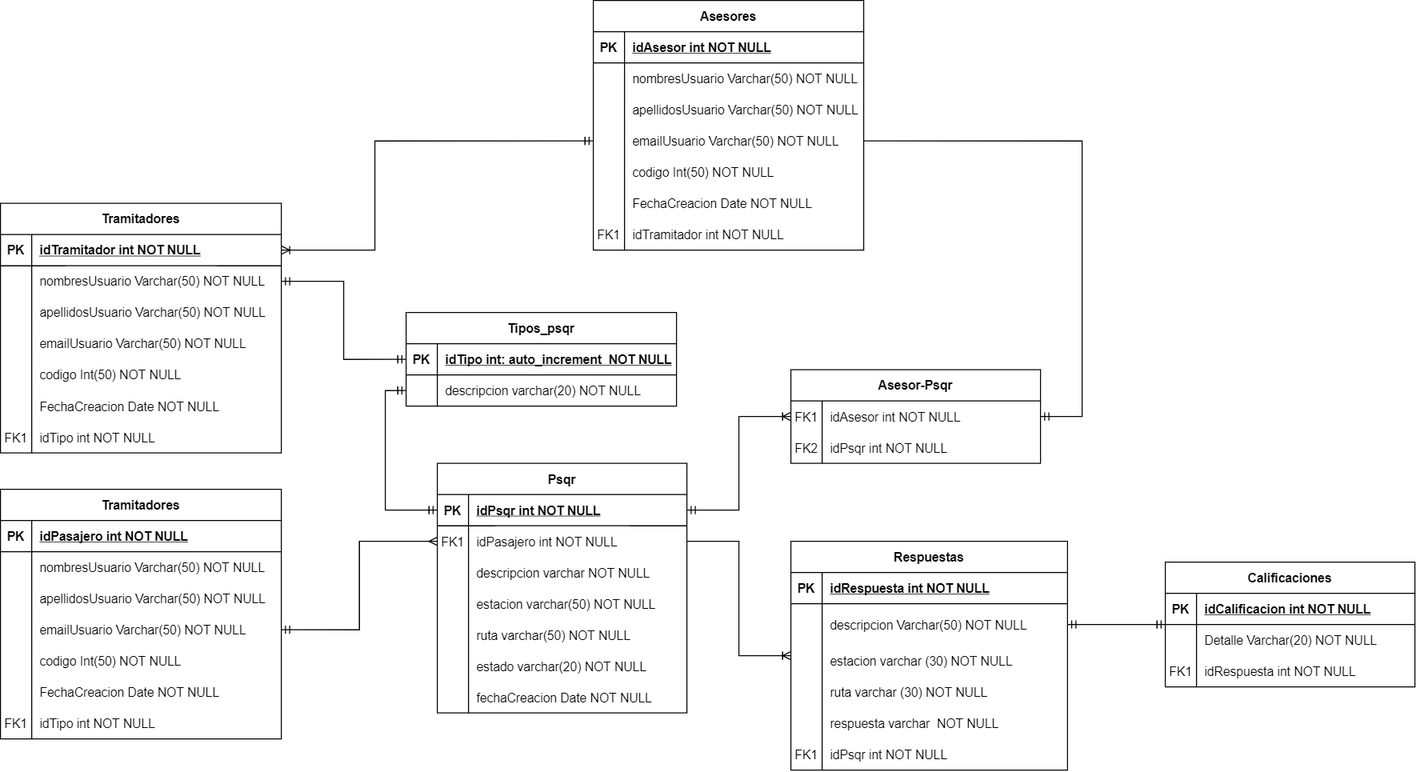
Earlier version of the draw.io export Entidad-Relacion-modelo entidad-relacion.png (AlejandraRochaR/imagenes). Source tidied: cells renumbered, new cells last; positions are measured from the earlier drawing's top-left corner, leaving out a move shared by most shapes.
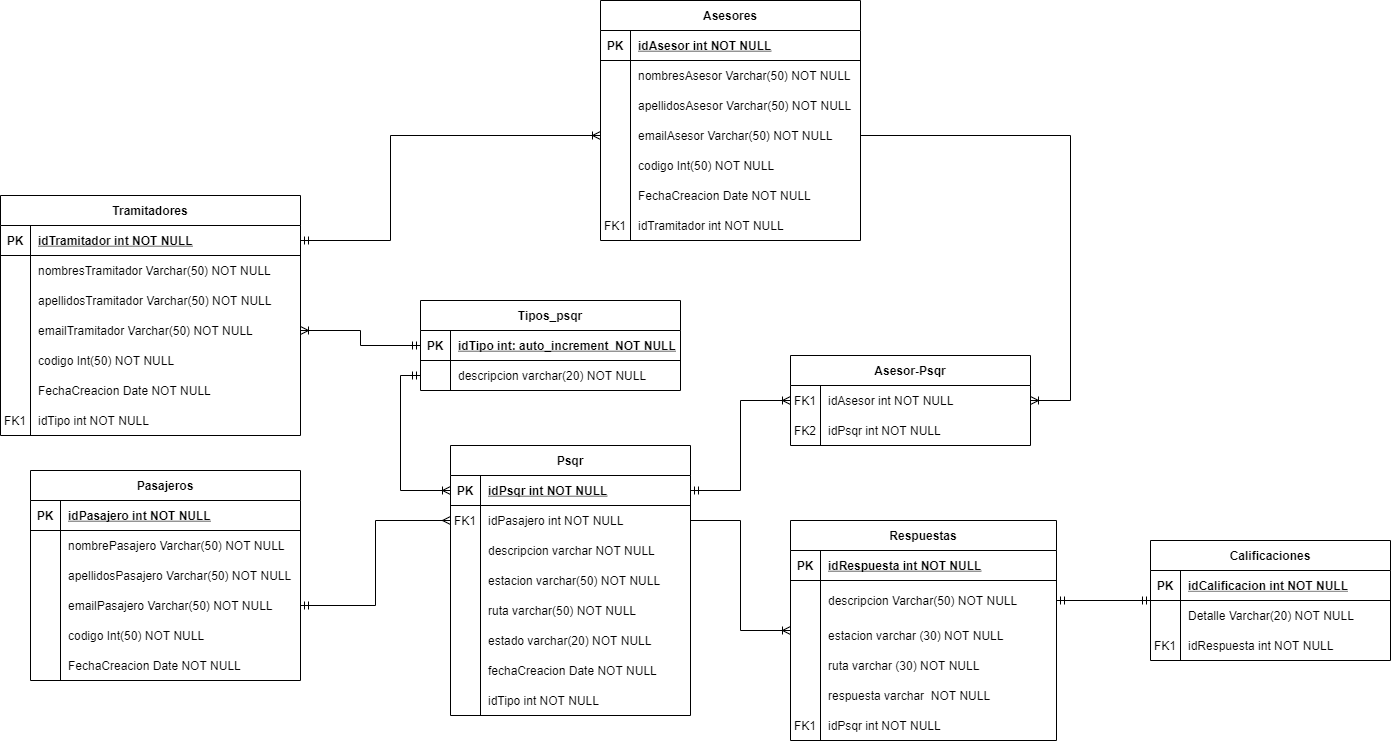
Later version of the same file.

The edit, as a diff of the source:
```diff
@@ -2,7 +2,7 @@
   <root>
     <mxCell id="0" />
     <mxCell id="1" parent="0" />
-    <mxCell id="2" style="edgeStyle=orthogonalEdgeStyle;rounded=0;jettySize=auto;html=1;endArrow=ERmandOne;endFill=0;startArrow=ERmandOne;startFill=0;exitX=0;exitY=0.5;exitDx=0;exitDy=0;entryX=0;entryY=0.5;entryDx=0;entryDy=0;" parent="1" edge="1" source="7" target="12">
+    <mxCell id="2" style="edgeStyle=orthogonalEdgeStyle;rounded=0;jettySize=auto;html=1;endArrow=ERoneToMany;endFill=0;startArrow=ERmandOne;startFill=0;exitX=0;exitY=0.5;exitDx=0;exitDy=0;entryX=0;entryY=0.5;entryDx=0;entryDy=0;" parent="1" edge="1" source="7" target="12">
       <mxGeometry relative="1" as="geometry" />
     </mxCell>
     <mxCell id="3" value="Tipos_psqr" style="shape=table;startSize=30;rowLines=0;fontStyle=1;align=center;" parent="1" vertex="1">
@@ -30,7 +30,7 @@
       <mxGeometry relative="1" as="geometry" />
     </mxCell>
     <mxCell id="11" value="Psqr" style="shape=table;startSize=30;rowLines=0;fontStyle=1;align=center;" parent="1" vertex="1">
-      <mxGeometry x="420" y="445" width="240" height="240" as="geometry" />
+      <mxGeometry x="420" y="445" width="240" height="270" as="geometry" />
     </mxCell>
     <mxCell id="12" style="shape=partialRectangle;fillColor=none;points=[[0,0.5],[1,0.5]];portConstraint=eastwest;top=0;left=0;right=0;bottom=1;" parent="11" vertex="1">
       <mxGeometry y="30" width="240" height="30" as="geometry" />
@@ -95,6 +95,15 @@
     <mxCell id="32" value="fechaCreacion Date NOT NULL" style="shape=partialRectangle;overflow=hidden;fillColor=none;top=0;left=0;bottom=0;right=0;align=left;spacingLeft=6;" parent="30" vertex="1">
       <mxGeometry x="30" width="210" height="30" as="geometry" />
     </mxCell>
+    <mxCell id="141" style="shape=partialRectangle;fillColor=none;top=0;left=0;right=0;bottom=0;" parent="11" vertex="1">
+      <mxGeometry y="240" width="240" height="30" as="geometry" />
+    </mxCell>
+    <mxCell id="142" style="shape=partialRectangle;overflow=hidden;fillColor=none;top=0;left=0;bottom=0;right=0;" parent="141" vertex="1">
+      <mxGeometry width="30" height="30" as="geometry" />
+    </mxCell>
+    <mxCell id="140" value="idTipo int NOT NULL" style="shape=partialRectangle;overflow=hidden;fillColor=none;top=0;left=0;bottom=0;right=0;align=left;spacingLeft=6;" parent="141" vertex="1">
+      <mxGeometry x="30" width="210" height="30" as="geometry" />
+    </mxCell>
     <mxCell id="33" style="edgeStyle=orthogonalEdgeStyle;rounded=0;jettySize=auto;html=1;entryX=0;entryY=0.5;entryDx=0;entryDy=0;startArrow=ERmandOne;startFill=0;endArrow=ERmany;endFill=0;exitX=1;exitY=0.5;exitDx=0;exitDy=0;" parent="1" edge="1" source="129" target="15">
       <mxGeometry relative="1" as="geometry" />
     </mxCell>
@@ -192,72 +201,72 @@
       <mxGeometry relative="1" as="geometry" />
     </mxCell>
     <mxCell id="65" value="Tramitadores" style="shape=table;startSize=30;rowLines=0;fontStyle=1;align=center;" parent="1" vertex="1">
-      <mxGeometry y="195" width="270" height="240" as="geometry" />
+      <mxGeometry x="-30" y="195" width="300" height="240" as="geometry" />
     </mxCell>
     <mxCell id="66" style="shape=partialRectangle;fillColor=none;points=[[0,0.5],[1,0.5]];portConstraint=eastwest;top=0;left=0;right=0;bottom=1;" parent="65" vertex="1">
-      <mxGeometry y="30" width="270" height="30" as="geometry" />
+      <mxGeometry y="30" width="300" height="30" as="geometry" />
     </mxCell>
     <mxCell id="67" value="PK" style="shape=partialRectangle;overflow=hidden;fillColor=none;top=0;left=0;bottom=0;right=0;fontStyle=1;" parent="66" vertex="1">
       <mxGeometry width="30" height="30" as="geometry" />
     </mxCell>
     <mxCell id="68" value="idTramitador int NOT NULL " style="shape=partialRectangle;overflow=hidden;fillColor=none;top=0;left=0;bottom=0;right=0;align=left;spacingLeft=6;fontStyle=5;" parent="66" vertex="1">
-      <mxGeometry x="30" width="240" height="30" as="geometry" />
+      <mxGeometry x="30" width="270" height="30" as="geometry" />
     </mxCell>
     <mxCell id="69" style="shape=partialRectangle;fillColor=none;points=[[0,0.5],[1,0.5]];portConstraint=eastwest;top=0;left=0;right=0;bottom=0;" parent="65" vertex="1">
-      <mxGeometry y="60" width="270" height="30" as="geometry" />
+      <mxGeometry y="60" width="300" height="30" as="geometry" />
     </mxCell>
     <mxCell id="70" style="shape=partialRectangle;overflow=hidden;fillColor=none;top=0;left=0;bottom=0;right=0;" parent="69" vertex="1">
       <mxGeometry width="30" height="30" as="geometry" />
     </mxCell>
-    <mxCell id="71" value="nombresUsuario Varchar(50) NOT NULL" style="shape=partialRectangle;overflow=hidden;fillColor=none;top=0;left=0;bottom=0;right=0;align=left;spacingLeft=6;" parent="69" vertex="1">
-      <mxGeometry x="30" width="240" height="30" as="geometry" />
+    <mxCell id="71" value="nombresTramitador Varchar(50) NOT NULL" style="shape=partialRectangle;overflow=hidden;fillColor=none;top=0;left=0;bottom=0;right=0;align=left;spacingLeft=6;" parent="69" vertex="1">
+      <mxGeometry x="30" width="270" height="30" as="geometry" />
     </mxCell>
     <mxCell id="72" style="shape=partialRectangle;fillColor=none;top=0;left=0;right=0;bottom=0;" parent="65" vertex="1">
-      <mxGeometry y="90" width="270" height="30" as="geometry" />
+      <mxGeometry y="90" width="300" height="30" as="geometry" />
     </mxCell>
     <mxCell id="73" style="shape=partialRectangle;overflow=hidden;fillColor=none;top=0;left=0;bottom=0;right=0;" parent="72" vertex="1">
       <mxGeometry width="30" height="30" as="geometry" />
     </mxCell>
-    <mxCell id="74" value="apellidosUsuario Varchar(50) NOT NULL" style="shape=partialRectangle;overflow=hidden;fillColor=none;top=0;left=0;bottom=0;right=0;align=left;spacingLeft=6;" parent="72" vertex="1">
-      <mxGeometry x="30" width="240" height="30" as="geometry" />
+    <mxCell id="74" value="apellidosTramitador Varchar(50) NOT NULL" style="shape=partialRectangle;overflow=hidden;fillColor=none;top=0;left=0;bottom=0;right=0;align=left;spacingLeft=6;" parent="72" vertex="1">
+      <mxGeometry x="30" width="270" height="30" as="geometry" />
     </mxCell>
     <mxCell id="75" style="shape=partialRectangle;fillColor=none;points=[[0,0.5],[1,0.5]];portConstraint=eastwest;top=0;left=0;right=0;bottom=0;" parent="65" vertex="1">
-      <mxGeometry y="120" width="270" height="30" as="geometry" />
+      <mxGeometry y="120" width="300" height="30" as="geometry" />
     </mxCell>
     <mxCell id="76" style="shape=partialRectangle;overflow=hidden;fillColor=none;top=0;left=0;bottom=0;right=0;" parent="75" vertex="1">
       <mxGeometry width="30" height="30" as="geometry" />
     </mxCell>
-    <mxCell id="77" value="emailUsuario Varchar(50) NOT NULL" style="shape=partialRectangle;overflow=hidden;fillColor=none;top=0;left=0;bottom=0;right=0;align=left;spacingLeft=6;" parent="75" vertex="1">
-      <mxGeometry x="30" width="240" height="30" as="geometry" />
+    <mxCell id="77" value="emailTramitador Varchar(50) NOT NULL" style="shape=partialRectangle;overflow=hidden;fillColor=none;top=0;left=0;bottom=0;right=0;align=left;spacingLeft=6;" parent="75" vertex="1">
+      <mxGeometry x="30" width="270" height="30" as="geometry" />
     </mxCell>
     <mxCell id="78" style="shape=partialRectangle;fillColor=none;top=0;left=0;right=0;bottom=0;" parent="65" vertex="1">
-      <mxGeometry y="150" width="270" height="30" as="geometry" />
+      <mxGeometry y="150" width="300" height="30" as="geometry" />
     </mxCell>
     <mxCell id="79" style="shape=partialRectangle;overflow=hidden;fillColor=none;top=0;left=0;bottom=0;right=0;" parent="78" vertex="1">
       <mxGeometry width="30" height="30" as="geometry" />
     </mxCell>
     <mxCell id="80" value="codigo Int(50) NOT NULL" style="shape=partialRectangle;overflow=hidden;fillColor=none;top=0;left=0;bottom=0;right=0;align=left;spacingLeft=6;" parent="78" vertex="1">
-      <mxGeometry x="30" width="240" height="30" as="geometry" />
+      <mxGeometry x="30" width="270" height="30" as="geometry" />
     </mxCell>
     <mxCell id="81" style="shape=partialRectangle;fillColor=none;top=0;left=0;right=0;bottom=0;" parent="65" vertex="1">
-      <mxGeometry y="180" width="270" height="30" as="geometry" />
+      <mxGeometry y="180" width="300" height="30" as="geometry" />
     </mxCell>
     <mxCell id="82" style="shape=partialRectangle;overflow=hidden;fillColor=none;top=0;left=0;bottom=0;right=0;" parent="81" vertex="1">
       <mxGeometry width="30" height="30" as="geometry" />
     </mxCell>
     <mxCell id="83" value="FechaCreacion Date NOT NULL" style="shape=partialRectangle;overflow=hidden;fillColor=none;top=0;left=0;bottom=0;right=0;align=left;spacingLeft=6;" parent="81" vertex="1">
-      <mxGeometry x="30" width="240" height="30" as="geometry" />
+      <mxGeometry x="30" width="270" height="30" as="geometry" />
     </mxCell>
     <mxCell id="84" style="shape=partialRectangle;fillColor=none;top=0;left=0;right=0;bottom=0;" parent="65" vertex="1">
-      <mxGeometry y="210" width="270" height="30" as="geometry" />
+      <mxGeometry y="210" width="300" height="30" as="geometry" />
     </mxCell>
     <mxCell id="85" value="FK1" style="shape=partialRectangle;overflow=hidden;fillColor=none;top=0;left=0;bottom=0;right=0;" parent="84" vertex="1">
       <mxGeometry width="30" height="30" as="geometry" />
     </mxCell>
     <mxCell id="86" value="idTipo int NOT NULL" style="shape=partialRectangle;overflow=hidden;fillColor=none;top=0;left=0;bottom=0;right=0;align=left;spacingLeft=6;" parent="84" vertex="1">
-      <mxGeometry x="30" width="240" height="30" as="geometry" />
+      <mxGeometry x="30" width="270" height="30" as="geometry" />
     </mxCell>
-    <mxCell id="87" style="edgeStyle=orthogonalEdgeStyle;rounded=0;jettySize=auto;html=1;exitX=1;exitY=0.5;exitDx=0;exitDy=0;entryX=1;entryY=0.5;entryDx=0;entryDy=0;startArrow=none;startFill=0;endArrow=ERmandOne;endFill=0;" parent="1" edge="1" source="98" target="111">
+    <mxCell id="87" style="edgeStyle=orthogonalEdgeStyle;rounded=0;jettySize=auto;html=1;exitX=1;exitY=0.5;exitDx=0;exitDy=0;entryX=1;entryY=0.5;entryDx=0;entryDy=0;startArrow=none;startFill=0;endArrow=ERoneToMany;endFill=0;" parent="1" edge="1" source="98" target="111">
       <mxGeometry relative="1" as="geometry">
         <Array as="points">
           <mxPoint x="1040" y="135" />
@@ -283,7 +292,7 @@
     <mxCell id="93" style="shape=partialRectangle;overflow=hidden;fillColor=none;top=0;left=0;bottom=0;right=0;" parent="92" vertex="1">
       <mxGeometry width="30" height="30" as="geometry" />
     </mxCell>
-    <mxCell id="94" value="nombresUsuario Varchar(50) NOT NULL" style="shape=partialRectangle;overflow=hidden;fillColor=none;top=0;left=0;bottom=0;right=0;align=left;spacingLeft=6;" parent="92" vertex="1">
+    <mxCell id="94" value="nombresAsesor Varchar(50) NOT NULL" style="shape=partialRectangle;overflow=hidden;fillColor=none;top=0;left=0;bottom=0;right=0;align=left;spacingLeft=6;" parent="92" vertex="1">
       <mxGeometry x="30" width="230" height="30" as="geometry" />
     </mxCell>
     <mxCell id="95" style="shape=partialRectangle;fillColor=none;top=0;left=0;right=0;bottom=0;" parent="88" vertex="1">
@@ -292,7 +301,7 @@
     <mxCell id="96" style="shape=partialRectangle;overflow=hidden;fillColor=none;top=0;left=0;bottom=0;right=0;" parent="95" vertex="1">
       <mxGeometry width="30" height="30" as="geometry" />
     </mxCell>
-    <mxCell id="97" value="apellidosUsuario Varchar(50) NOT NULL" style="shape=partialRectangle;overflow=hidden;fillColor=none;top=0;left=0;bottom=0;right=0;align=left;spacingLeft=6;" parent="95" vertex="1">
+    <mxCell id="97" value="apellidosAsesor Varchar(50) NOT NULL" style="shape=partialRectangle;overflow=hidden;fillColor=none;top=0;left=0;bottom=0;right=0;align=left;spacingLeft=6;" parent="95" vertex="1">
       <mxGeometry x="30" width="230" height="30" as="geometry" />
     </mxCell>
     <mxCell id="98" style="shape=partialRectangle;fillColor=none;points=[[0,0.5],[1,0.5]];portConstraint=eastwest;top=0;left=0;right=0;bottom=0;" parent="88" vertex="1">
@@ -301,7 +310,7 @@
     <mxCell id="99" style="shape=partialRectangle;overflow=hidden;fillColor=none;top=0;left=0;bottom=0;right=0;" parent="98" vertex="1">
       <mxGeometry width="30" height="30" as="geometry" />
     </mxCell>
-    <mxCell id="100" value="emailUsuario Varchar(50) NOT NULL" style="shape=partialRectangle;overflow=hidden;fillColor=none;top=0;left=0;bottom=0;right=0;align=left;spacingLeft=6;" parent="98" vertex="1">
+    <mxCell id="100" value="emailAsesor Varchar(50) NOT NULL" style="shape=partialRectangle;overflow=hidden;fillColor=none;top=0;left=0;bottom=0;right=0;align=left;spacingLeft=6;" parent="98" vertex="1">
       <mxGeometry x="30" width="230" height="30" as="geometry" />
     </mxCell>
     <mxCell id="101" style="shape=partialRectangle;fillColor=none;top=0;left=0;right=0;bottom=0;" parent="88" vertex="1">
@@ -352,10 +361,7 @@
     <mxCell id="116" value="idPsqr int NOT NULL" style="shape=partialRectangle;overflow=hidden;fillColor=none;top=0;left=0;bottom=0;right=0;align=left;spacingLeft=6;" parent="114" vertex="1">
       <mxGeometry x="30" width="210" height="30" as="geometry" />
     </mxCell>
-    <mxCell id="117" style="edgeStyle=orthogonalEdgeStyle;rounded=0;jettySize=auto;html=1;startArrow=ERmandOne;startFill=0;endArrow=ERmandOne;endFill=0;entryX=0;entryY=0.5;entryDx=0;entryDy=0;exitX=1;exitY=0.5;exitDx=0;exitDy=0;" parent="1" edge="1" source="69" target="4">
-      <mxGeometry relative="1" as="geometry" />
-    </mxCell>
-    <mxCell id="118" style="edgeStyle=orthogonalEdgeStyle;rounded=0;jettySize=auto;html=1;entryX=1;entryY=0.5;entryDx=0;entryDy=0;startArrow=ERmandOne;startFill=0;endArrow=ERoneToMany;endFill=0;exitX=0;exitY=0.5;exitDx=0;exitDy=0;" parent="1" edge="1" source="98" target="66">
+    <mxCell id="118" style="edgeStyle=orthogonalEdgeStyle;rounded=0;jettySize=auto;html=1;entryX=1;entryY=0.5;entryDx=0;entryDy=0;startArrow=ERoneToMany;startFill=0;endArrow=ERmandOne;endFill=0;exitX=0;exitY=0.5;exitDx=0;exitDy=0;" parent="1" edge="1" source="98" target="66">
       <mxGeometry relative="1" as="geometry">
         <Array as="points">
           <mxPoint x="360" y="135" />
@@ -363,8 +369,8 @@
         </Array>
       </mxGeometry>
     </mxCell>
-    <mxCell id="119" value="Tramitadores" style="shape=table;startSize=30;rowLines=0;fontStyle=1;align=center;" parent="1" vertex="1">
-      <mxGeometry y="470" width="270" height="240" as="geometry" />
+    <mxCell id="119" value="Pasajeros" style="shape=table;startSize=30;rowLines=0;fontStyle=1;align=center;" parent="1" vertex="1">
+      <mxGeometry y="470" width="270" height="210" as="geometry" />
     </mxCell>
     <mxCell id="120" style="shape=partialRectangle;fillColor=none;top=0;left=0;right=0;bottom=1;" parent="119" vertex="1">
       <mxGeometry y="30" width="270" height="30" as="geometry" />
@@ -381,7 +387,7 @@
     <mxCell id="124" style="shape=partialRectangle;overflow=hidden;fillColor=none;top=0;left=0;bottom=0;right=0;" parent="123" vertex="1">
       <mxGeometry width="30" height="30" as="geometry" />
     </mxCell>
-    <mxCell id="125" value="nombresUsuario Varchar(50) NOT NULL" style="shape=partialRectangle;overflow=hidden;fillColor=none;top=0;left=0;bottom=0;right=0;align=left;spacingLeft=6;" parent="123" vertex="1">
+    <mxCell id="125" value="nombrePasajero Varchar(50) NOT NULL" style="shape=partialRectangle;overflow=hidden;fillColor=none;top=0;left=0;bottom=0;right=0;align=left;spacingLeft=6;" parent="123" vertex="1">
       <mxGeometry x="30" width="240" height="30" as="geometry" />
     </mxCell>
     <mxCell id="126" style="shape=partialRectangle;fillColor=none;top=0;left=0;right=0;bottom=0;" parent="119" vertex="1">
@@ -390,7 +396,7 @@
     <mxCell id="127" style="shape=partialRectangle;overflow=hidden;fillColor=none;top=0;left=0;bottom=0;right=0;" parent="126" vertex="1">
       <mxGeometry width="30" height="30" as="geometry" />
     </mxCell>
-    <mxCell id="128" value="apellidosUsuario Varchar(50) NOT NULL" style="shape=partialRectangle;overflow=hidden;fillColor=none;top=0;left=0;bottom=0;right=0;align=left;spacingLeft=6;" parent="126" vertex="1">
+    <mxCell id="128" value="apellidosPasajero Varchar(50) NOT NULL" style="shape=partialRectangle;overflow=hidden;fillColor=none;top=0;left=0;bottom=0;right=0;align=left;spacingLeft=6;" parent="126" vertex="1">
       <mxGeometry x="30" width="240" height="30" as="geometry" />
     </mxCell>
     <mxCell id="129" style="shape=partialRectangle;fillColor=none;points=[[0,0.5],[1,0.5]];portConstraint=eastwest;top=0;left=0;right=0;bottom=0;" parent="119" vertex="1">
@@ -399,7 +405,7 @@
     <mxCell id="130" style="shape=partialRectangle;overflow=hidden;fillColor=none;top=0;left=0;bottom=0;right=0;" parent="129" vertex="1">
       <mxGeometry width="30" height="30" as="geometry" />
     </mxCell>
-    <mxCell id="131" value="emailUsuario Varchar(50) NOT NULL" style="shape=partialRectangle;overflow=hidden;fillColor=none;top=0;left=0;bottom=0;right=0;align=left;spacingLeft=6;" parent="129" vertex="1">
+    <mxCell id="131" value="emailPasajero Varchar(50) NOT NULL" style="shape=partialRectangle;overflow=hidden;fillColor=none;top=0;left=0;bottom=0;right=0;align=left;spacingLeft=6;" parent="129" vertex="1">
       <mxGeometry x="30" width="240" height="30" as="geometry" />
     </mxCell>
     <mxCell id="132" style="shape=partialRectangle;fillColor=none;top=0;left=0;right=0;bottom=0;" parent="119" vertex="1">
@@ -420,14 +426,8 @@
     <mxCell id="137" value="FechaCreacion Date NOT NULL" style="shape=partialRectangle;overflow=hidden;fillColor=none;top=0;left=0;bottom=0;right=0;align=left;spacingLeft=6;" parent="135" vertex="1">
       <mxGeometry x="30" width="240" height="30" as="geometry" />
     </mxCell>
-    <mxCell id="138" style="shape=partialRectangle;fillColor=none;top=0;left=0;right=0;bottom=0;" parent="119" vertex="1">
-      <mxGeometry y="210" width="270" height="30" as="geometry" />
-    </mxCell>
-    <mxCell id="139" value="FK1" style="shape=partialRectangle;overflow=hidden;fillColor=none;top=0;left=0;bottom=0;right=0;" parent="138" vertex="1">
-      <mxGeometry width="30" height="30" as="geometry" />
-    </mxCell>
-    <mxCell id="140" value="idTipo int NOT NULL" style="shape=partialRectangle;overflow=hidden;fillColor=none;top=0;left=0;bottom=0;right=0;align=left;spacingLeft=6;" parent="138" vertex="1">
-      <mxGeometry x="30" width="240" height="30" as="geometry" />
-    </mxCell>
+    <mxCell id="143" style="edgeStyle=orthogonalEdgeStyle;rounded=0;jettySize=auto;html=1;entryX=0;entryY=0.5;entryDx=0;entryDy=0;startArrow=ERoneToMany;startFill=0;endArrow=ERmandOne;endFill=0;" parent="1" edge="1" source="75" target="4">
+      <mxGeometry relative="1" as="geometry" />
+    </mxCell>
   </root>
 </mxGraphModel>
```
